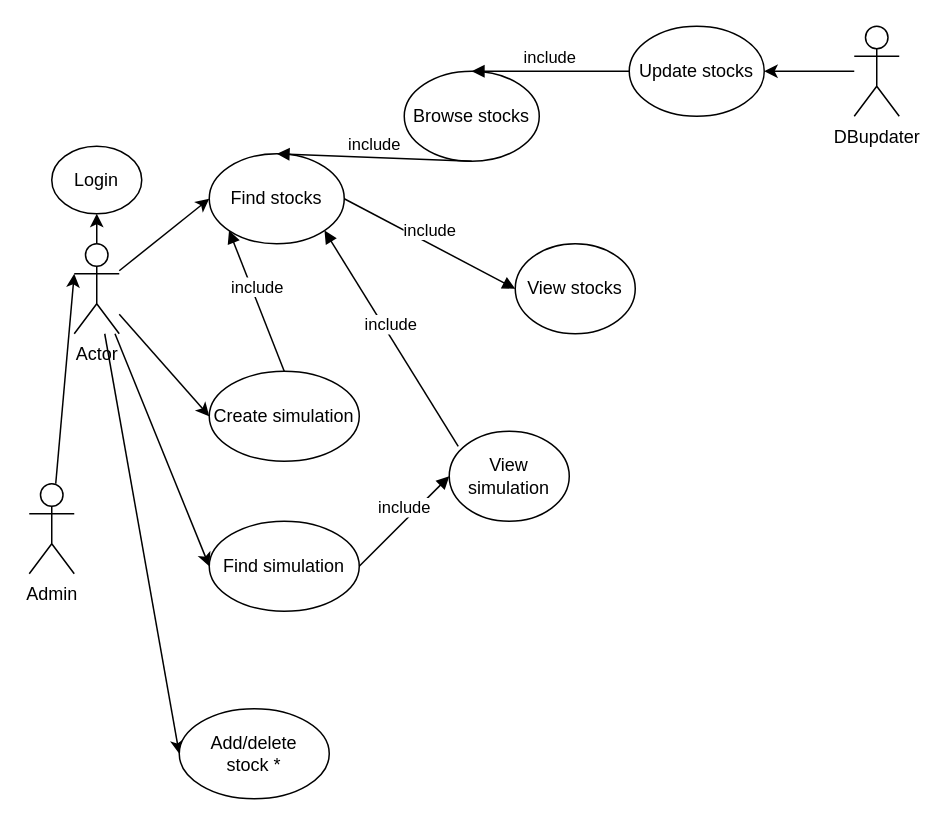
Earlier version of the draw.io diagram documentation/uml/Todo_UML_diagram.drawio (rambodrahmani/stocksim). Source tidied: cells renumbered, new cells numbered last; positions are measured from the earlier drawing's top-left corner, leaving out a move shared by most shapes. Both pictures are drawn from the tidied source at 150%, with x=0, y=0 at pixel (28, 26).
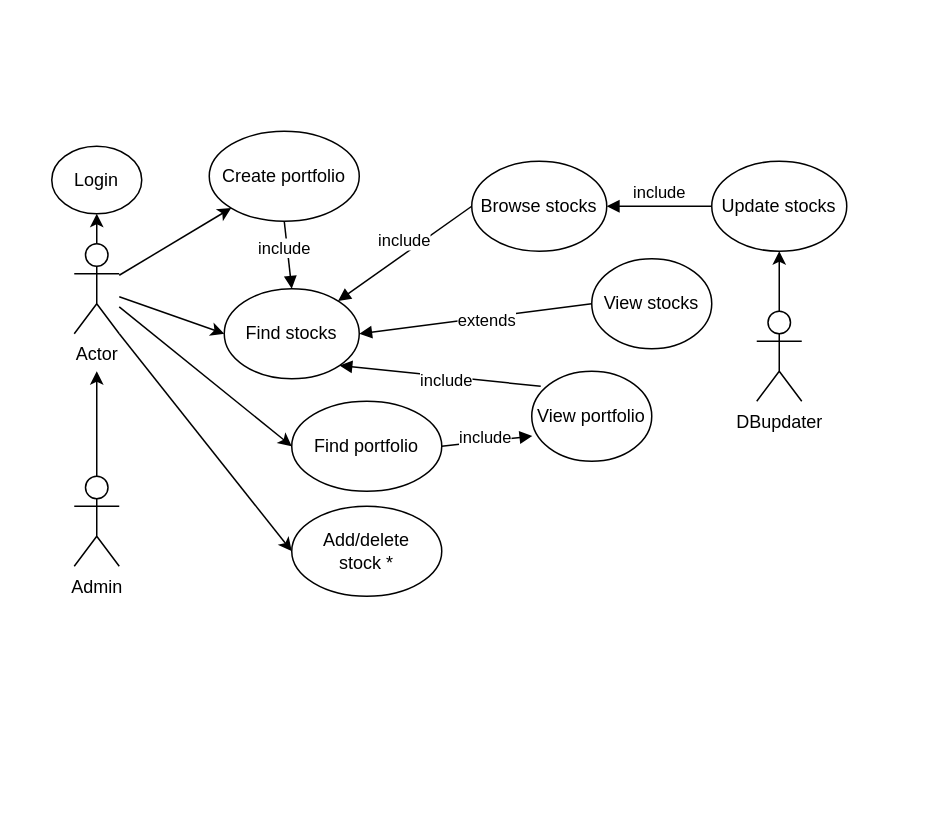
The same diagram, later.

The change refers to these unchanged cells:
```xml
<mxCell id="7" value="Actor" style="shape=umlActor;verticalLabelPosition=bottom;verticalAlign=top;html=1;" parent="1" vertex="1">
  <mxGeometry x="30" y="145" width="30" height="60" as="geometry" />
</mxCell>
```

Diff of the diagram source:
```diff
@@
-    <mxCell id="4" style="rounded=0;jettySize=auto;html=1;entryX=0;entryY=0.5;entryDx=0;entryDy=0;" parent="1" edge="1" source="7" target="18">
+    <mxCell id="4" style="rounded=0;jettySize=auto;html=1;entryX=0;entryY=1;entryDx=0;entryDy=0;" parent="1" edge="1" source="7" target="18">
       <mxGeometry relative="1" as="geometry" />
     </mxCell>
-    <mxCell id="5" style="edgeStyle=none;rounded=0;jettySize=auto;html=1;entryX=0;entryY=0.5;entryDx=0;entryDy=0;" parent="1" edge="1" source="7" target="20">
+    <mxCell id="5" style="edgeStyle=none;rounded=0;jettySize=auto;html=1;entryX=0;entryY=0.5;entryDx=0;entryDy=0;exitX=1;exitY=1;exitDx=0;exitDy=0;exitPerimeter=0;" parent="1" edge="1" source="7" target="20">
       <mxGeometry relative="1" as="geometry" />
     </mxCell>
@@
-    <mxCell id="9" style="rounded=0;jettySize=auto;html=1;entryX=0;entryY=0.3333333333333333;entryDx=0;entryDy=0;entryPerimeter=0;" parent="1" edge="1" source="10" target="7">
-      <mxGeometry relative="1" as="geometry" />
+    <mxCell id="9" style="rounded=0;jettySize=auto;html=1;" parent="1" edge="1" source="10">
+      <mxGeometry relative="1" as="geometry">
+        <mxPoint x="45" y="230" as="targetPoint" />
+      </mxGeometry>
     </mxCell>
     <mxCell id="10" value="Admin" style="shape=umlActor;verticalLabelPosition=bottom;verticalAlign=top;html=1;" parent="1" vertex="1">
-      <mxGeometry y="305" width="30" height="60" as="geometry" />
+      <mxGeometry x="30" y="300" width="30" height="60" as="geometry" />
     </mxCell>
     <mxCell id="11" value="Find stocks" style="ellipse;whiteSpace=wrap;html=1;" parent="1" vertex="1">
-      <mxGeometry x="120" y="85" width="90" height="60" as="geometry" />
+      <mxGeometry x="130" y="175" width="90" height="60" as="geometry" />
     </mxCell>
-    <mxCell id="12" value="Find simulation" style="ellipse;whiteSpace=wrap;html=1;" parent="1" vertex="1">
-      <mxGeometry x="120" y="330" width="100" height="60" as="geometry" />
+    <mxCell id="12" value="Find portfolio" style="ellipse;whiteSpace=wrap;html=1;" parent="1" vertex="1">
+      <mxGeometry x="175" y="250" width="100" height="60" as="geometry" />
     </mxCell>
     <mxCell id="13" value="View stocks" style="ellipse;whiteSpace=wrap;html=1;" parent="1" vertex="1">
-      <mxGeometry x="324" y="145" width="80" height="60" as="geometry" />
+      <mxGeometry x="375" y="155" width="80" height="60" as="geometry" />
     </mxCell>
-    <mxCell id="14" value="include" style="html=1;verticalAlign=bottom;endArrow=block;exitX=1;exitY=0.5;exitDx=0;exitDy=0;entryX=0;entryY=0.5;entryDx=0;entryDy=0;" parent="1" edge="1" source="11" target="13">
-      <mxGeometry relative="1" as="geometry" />
+    <mxCell id="14" value="extends" style="html=1;verticalAlign=bottom;endArrow=block;exitX=0;exitY=0.5;exitDx=0;exitDy=0;entryX=1;entryY=0.5;entryDx=0;entryDy=0;" parent="1" edge="1" source="13" target="11">
+      <mxGeometry x="-0.08" y="11" relative="1" as="geometry" />
     </mxCell>
-    <mxCell id="15" value="View simulation" style="ellipse;whiteSpace=wrap;html=1;" parent="1" vertex="1">
-      <mxGeometry x="280" y="270" width="80" height="60" as="geometry" />
+    <mxCell id="15" value="View portfolio" style="ellipse;whiteSpace=wrap;html=1;" parent="1" vertex="1">
+      <mxGeometry x="335" y="230" width="80" height="60" as="geometry" />
     </mxCell>
-    <mxCell id="16" value="include" style="html=1;verticalAlign=bottom;endArrow=block;exitX=1;exitY=0.5;exitDx=0;exitDy=0;entryX=0;entryY=0.5;entryDx=0;entryDy=0;" parent="1" edge="1" source="12" target="15">
-      <mxGeometry relative="1" as="geometry" />
+    <mxCell id="16" value="include" style="html=1;verticalAlign=bottom;endArrow=block;entryX=0.005;entryY=0.72;entryDx=0;entryDy=0;entryPerimeter=0;" parent="1" edge="1" target="15">
+      <mxGeometry x="-0.03" y="-6" relative="1" as="geometry">
+        <mxPoint x="275" y="280" as="sourcePoint" />
+      </mxGeometry>
     </mxCell>
     <mxCell id="17" value="include" style="html=1;verticalAlign=bottom;endArrow=block;exitX=0.075;exitY=0.167;exitDx=0;exitDy=0;entryX=1;entryY=1;entryDx=0;entryDy=0;exitPerimeter=0;" parent="1" edge="1" source="15" target="11">
-      <mxGeometry relative="1" as="geometry" />
+      <mxGeometry x="-0.08" y="11" relative="1" as="geometry" />
     </mxCell>
-    <mxCell id="18" value="Create simulation" style="ellipse;whiteSpace=wrap;html=1;" parent="1" vertex="1">
-      <mxGeometry x="120" y="230" width="100" height="60" as="geometry" />
+    <mxCell id="18" value="Create portfolio" style="ellipse;whiteSpace=wrap;html=1;" parent="1" vertex="1">
+      <mxGeometry x="120" y="70" width="100" height="60" as="geometry" />
     </mxCell>
-    <mxCell id="19" value="include" style="html=1;verticalAlign=bottom;endArrow=block;exitX=0.5;exitY=0;exitDx=0;exitDy=0;entryX=0;entryY=1;entryDx=0;entryDy=0;" parent="1" edge="1" source="18" target="11">
-      <mxGeometry relative="1" as="geometry" />
+    <mxCell id="19" value="include" style="html=1;verticalAlign=bottom;endArrow=block;entryX=0.5;entryY=0;entryDx=0;entryDy=0;" parent="1" edge="1" target="11">
+      <mxGeometry x="0.19" y="-3" relative="1" as="geometry">
+        <mxPoint x="170" y="130" as="sourcePoint" />
+      </mxGeometry>
     </mxCell>
     <mxCell id="20" value="&lt;div&gt;Add/delete&lt;/div&gt;&lt;div&gt;stock *&lt;br&gt;&lt;/div&gt;" style="ellipse;whiteSpace=wrap;html=1;" parent="1" vertex="1">
-      <mxGeometry x="100" y="455" width="100" height="60" as="geometry" />
+      <mxGeometry x="175" y="320" width="100" height="60" as="geometry" />
     </mxCell>
-    <mxCell id="21" style="edgeStyle=none;rounded=0;jettySize=auto;html=1;entryX=1;entryY=0.5;entryDx=0;entryDy=0;" parent="1" edge="1" source="22" target="25">
+    <mxCell id="21" style="edgeStyle=none;rounded=0;jettySize=auto;html=1;entryX=0.5;entryY=1;entryDx=0;entryDy=0;" parent="1" edge="1" source="22" target="25">
       <mxGeometry relative="1" as="geometry" />
     </mxCell>
     <mxCell id="22" value="&lt;div&gt;DBupdater&lt;/div&gt;" style="shape=umlActor;verticalLabelPosition=bottom;verticalAlign=top;html=1;" parent="1" vertex="1">
-      <mxGeometry x="550" width="30" height="60" as="geometry" />
+      <mxGeometry x="485" y="190" width="30" height="60" as="geometry" />
     </mxCell>
     <mxCell id="23" value="Browse stocks" style="ellipse;whiteSpace=wrap;html=1;" parent="1" vertex="1">
-      <mxGeometry x="250" y="30" width="90" height="60" as="geometry" />
+      <mxGeometry x="295" y="90" width="90" height="60" as="geometry" />
     </mxCell>
-    <mxCell id="24" value="include" style="html=1;verticalAlign=bottom;endArrow=block;exitX=0.5;exitY=1;exitDx=0;exitDy=0;entryX=0.5;entryY=0;entryDx=0;entryDy=0;" parent="1" edge="1" source="23" target="11">
+    <mxCell id="24" value="include" style="html=1;verticalAlign=bottom;endArrow=block;exitX=0;exitY=0.5;exitDx=0;exitDy=0;" parent="1" edge="1" source="23" target="11">
       <mxGeometry relative="1" as="geometry" />
     </mxCell>
     <mxCell id="25" value="Update stocks" style="ellipse;whiteSpace=wrap;html=1;" parent="1" vertex="1">
-      <mxGeometry x="400" width="90" height="60" as="geometry" />
+      <mxGeometry x="455" y="90" width="90" height="60" as="geometry" />
     </mxCell>
-    <mxCell id="26" value="include" style="html=1;verticalAlign=bottom;endArrow=block;exitX=0;exitY=0.5;exitDx=0;exitDy=0;entryX=0.5;entryY=0;entryDx=0;entryDy=0;" parent="1" edge="1" source="25" target="23">
+    <mxCell id="26" value="include" style="html=1;verticalAlign=bottom;endArrow=block;exitX=0;exitY=0.5;exitDx=0;exitDy=0;" parent="1" edge="1" source="25" target="23">
       <mxGeometry relative="1" as="geometry" />
     </mxCell>
```
